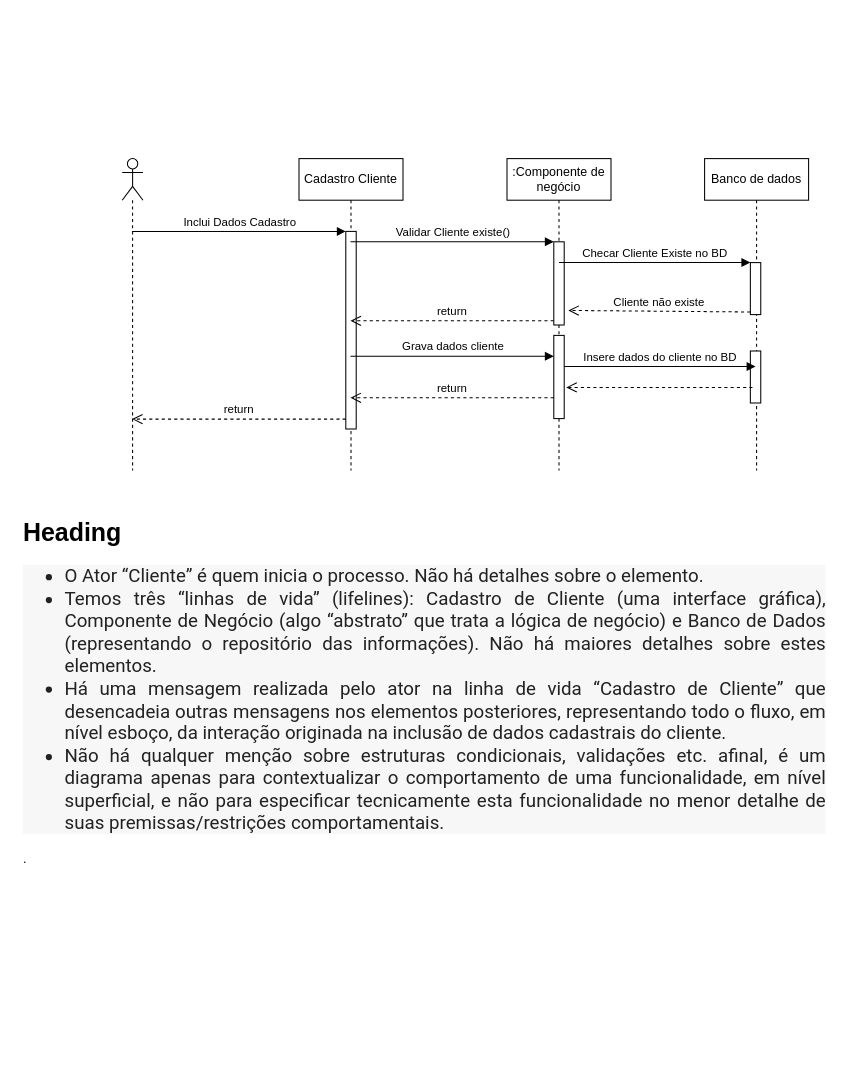
This is page "Exemplo Cadastro Diagrama de Sequência" (1 of 3) of Outros/POO UML/Aula 05/Diagrama de sequencia.drawio from luiscarlosjunior/aulas-graduacao, a draw.io file, before an edit. Source tidied: cells renumbered, new cells numbered last; positions are measured from the earlier drawing's top-left corner, leaving out a move shared by most shapes. Both pictures are drawn from the tidied source at 104%, with x=0, y=0 at pixel (18, 158).
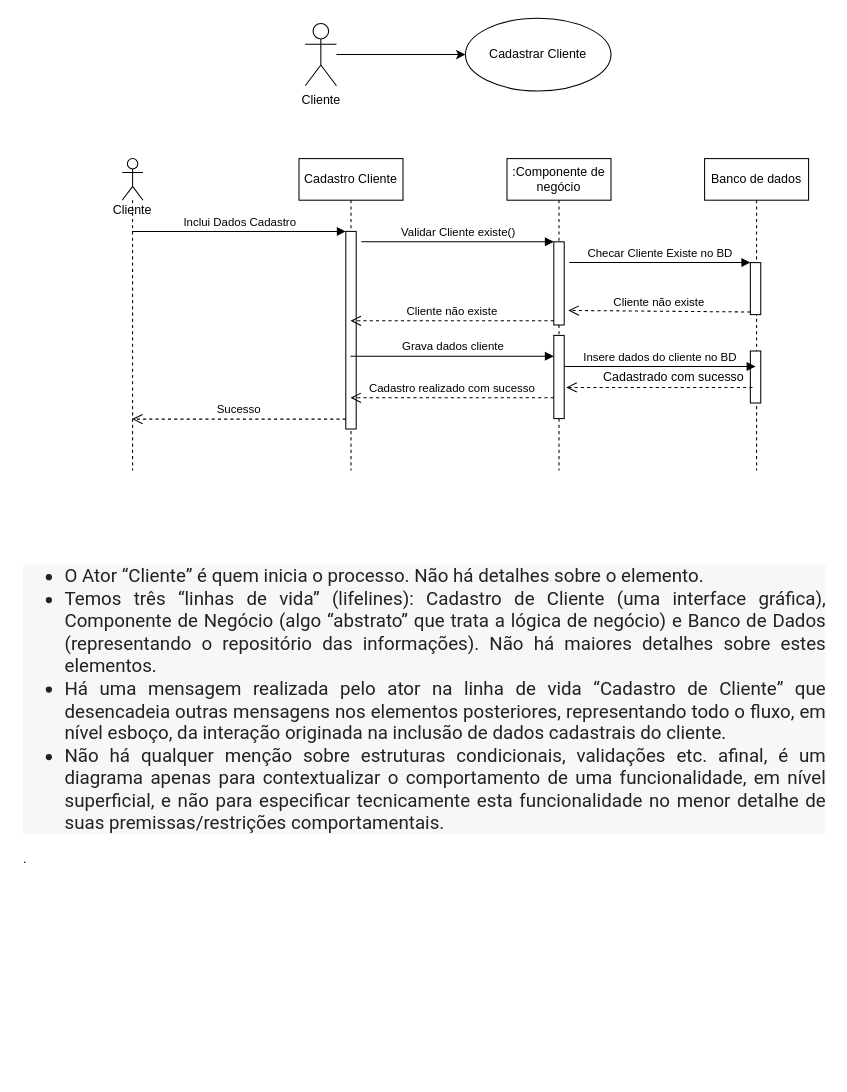
The same diagram, later.

Unchanged cells that the change refers to:
```xml
<mxCell id="3" value="Cadastro Cliente" style="shape=umlLifeline;perimeter=lifelinePerimeter;whiteSpace=wrap;html=1;outlineConnect=0;" parent="1" vertex="1">
  <mxGeometry x="270" width="100" height="300" as="geometry" />
</mxCell>
<mxCell id="4" style="html=1;points=[];perimeter=orthogonalPerimeter;" parent="3" vertex="1">
  <mxGeometry x="45" y="70" width="10" height="190" as="geometry" />
</mxCell>
<mxCell id="9" style="html=1;points=[];perimeter=orthogonalPerimeter;" parent="1" vertex="1">
  <mxGeometry x="515" y="80" width="10" height="80" as="geometry" />
</mxCell>
<mxCell id="13" style="html=1;points=[];perimeter=orthogonalPerimeter;" parent="12" vertex="1">
  <mxGeometry x="44" y="100" width="10" height="50" as="geometry" />
</mxCell>
```

What changed in the source:
```diff
@@
-    <mxCell id="2" style="shape=umlLifeline;participant=umlActor;perimeter=lifelinePerimeter;whiteSpace=wrap;html=1;verticalAlign=top;spacingTop=36;outlineConnect=0;" parent="1" vertex="1">
+    <mxCell id="2" value="Cliente" style="shape=umlLifeline;participant=umlActor;perimeter=lifelinePerimeter;whiteSpace=wrap;html=1;verticalAlign=top;spacingTop=36;outlineConnect=0;" parent="1" vertex="1">
       <mxGeometry x="100" width="20" height="300" as="geometry" />
     </mxCell>
@@
-    <mxCell id="8" value="return" style="html=1;verticalAlign=bottom;endArrow=open;dashed=1;endSize=8;exitX=0;exitY=0.95;" parent="1" edge="1" source="4" target="2">
+    <mxCell id="8" value="Sucesso" style="html=1;verticalAlign=bottom;endArrow=open;dashed=1;endSize=8;exitX=0;exitY=0.95;" parent="1" edge="1" source="4" target="2">
       <mxGeometry relative="1" as="geometry" />
     </mxCell>
@@
-    <mxCell id="10" value="Validar Cliente existe()" style="html=1;verticalAlign=bottom;endArrow=block;entryX=0;entryY=0;" parent="1" edge="1" source="3" target="9">
-      <mxGeometry relative="1" as="geometry" />
+    <mxCell id="10" value="Validar Cliente existe()" style="html=1;verticalAlign=bottom;endArrow=block;entryX=0;entryY=0;" parent="1" edge="1" target="9">
+      <mxGeometry relative="1" as="geometry">
+        <mxPoint x="330" y="80" as="sourcePoint" />
+      </mxGeometry>
     </mxCell>
-    <mxCell id="11" value="return" style="html=1;verticalAlign=bottom;endArrow=open;dashed=1;endSize=8;exitX=0;exitY=0.95;" parent="1" edge="1" source="9" target="3">
+    <mxCell id="11" value="Cliente não existe" style="html=1;verticalAlign=bottom;endArrow=open;dashed=1;endSize=8;exitX=0;exitY=0.95;" parent="1" edge="1" source="9" target="3">
       <mxGeometry relative="1" as="geometry" />
     </mxCell>
@@
     <mxCell id="15" value="Checar Cliente Existe no BD" style="html=1;verticalAlign=bottom;endArrow=block;entryX=0;entryY=0;" parent="1" edge="1" target="13">
       <mxGeometry relative="1" as="geometry">
-        <mxPoint x="520" y="100" as="sourcePoint" />
+        <mxPoint x="530" y="100" as="sourcePoint" />
       </mxGeometry>
     </mxCell>
@@
-    <mxCell id="18" value="return" style="html=1;verticalAlign=bottom;endArrow=open;dashed=1;endSize=8;exitX=0;exitY=0.95;" parent="1" edge="1">
+    <mxCell id="18" value="Cadastro realizado com sucesso" style="html=1;verticalAlign=bottom;endArrow=open;dashed=1;endSize=8;exitX=0;exitY=0.95;" parent="1" edge="1">
       <mxGeometry relative="1" as="geometry">
         <mxPoint x="515" y="230" as="sourcePoint" />
         <mxPoint x="319.5" y="230" as="targetPoint" />
       </mxGeometry>
     </mxCell>
@@
-    <mxCell id="21" value="&lt;h1&gt;Heading&amp;nbsp;&lt;/h1&gt;&lt;ul style=&quot;box-sizing: border-box ; margin-top: 0px ; margin-bottom: 17px ; color: rgb(34 , 34 , 34) ; font-family: &amp;#34;roboto&amp;#34; ; font-size: 18px ; text-align: justify ; background-color: rgb(247 , 247 , 247)&quot;&gt;&lt;li style=&quot;box-sizing: border-box&quot;&gt;O Ator “Cliente” é quem inicia o processo. Não há detalhes sobre o elemento.&lt;/li&gt;&lt;li style=&quot;box-sizing: border-box&quot;&gt;Temos três “linhas de vida” (lifelines): Cadastro de Cliente (uma interface gráfica), Componente de Negócio (algo “abstrato” que trata a lógica de negócio) e Banco de Dados (representando o repositório das informações). Não há maiores detalhes sobre estes elementos.&lt;/li&gt;&lt;li style=&quot;box-sizing: border-box&quot;&gt;Há uma mensagem realizada pelo ator na linha de vida “Cadastro de Cliente” que desencadeia outras mensagens nos elementos posteriores, representando todo o fluxo, em nível esboço, da interação originada na inclusão de dados cadastrais do cliente.&lt;/li&gt;&lt;li style=&quot;box-sizing: border-box&quot;&gt;Não há qualquer menção sobre estruturas condicionais, validações etc. afinal, é um diagrama apenas para contextualizar o comportamento de uma funcionalidade, em nível superficial, e não para especificar tecnicamente esta funcionalidade no menor detalhe de suas premissas/restrições comportamentais.&lt;/li&gt;&lt;/ul&gt;&lt;p&gt;.&lt;/p&gt;" style="text;html=1;strokeColor=none;fillColor=none;spacing=5;spacingTop=-20;whiteSpace=wrap;overflow=hidden;rounded=0;" parent="1" vertex="1">
+    <mxCell id="21" value="&lt;h1&gt;&lt;br&gt;&lt;/h1&gt;&lt;ul style=&quot;box-sizing: border-box ; margin-top: 0px ; margin-bottom: 17px ; color: rgb(34 , 34 , 34) ; font-family: &amp;#34;roboto&amp;#34; ; font-size: 18px ; text-align: justify ; background-color: rgb(247 , 247 , 247)&quot;&gt;&lt;li style=&quot;box-sizing: border-box&quot;&gt;O Ator “Cliente” é quem inicia o processo. Não há detalhes sobre o elemento.&lt;/li&gt;&lt;li style=&quot;box-sizing: border-box&quot;&gt;Temos três “linhas de vida” (lifelines): Cadastro de Cliente (uma interface gráfica), Componente de Negócio (algo “abstrato” que trata a lógica de negócio) e Banco de Dados (representando o repositório das informações). Não há maiores detalhes sobre estes elementos.&lt;/li&gt;&lt;li style=&quot;box-sizing: border-box&quot;&gt;Há uma mensagem realizada pelo ator na linha de vida “Cadastro de Cliente” que desencadeia outras mensagens nos elementos posteriores, representando todo o fluxo, em nível esboço, da interação originada na inclusão de dados cadastrais do cliente.&lt;/li&gt;&lt;li style=&quot;box-sizing: border-box&quot;&gt;Não há qualquer menção sobre estruturas condicionais, validações etc. afinal, é um diagrama apenas para contextualizar o comportamento de uma funcionalidade, em nível superficial, e não para especificar tecnicamente esta funcionalidade no menor detalhe de suas premissas/restrições comportamentais.&lt;/li&gt;&lt;/ul&gt;&lt;p&gt;.&lt;/p&gt;" style="text;html=1;strokeColor=none;fillColor=none;spacing=5;spacingTop=-20;whiteSpace=wrap;overflow=hidden;rounded=0;" parent="1" vertex="1">
       <mxGeometry y="340" width="780" height="540" as="geometry" />
     </mxCell>
+    <mxCell id="22" value="Cadastrado com sucesso" style="text;html=1;align=center;verticalAlign=middle;" parent="1" vertex="1">
+      <mxGeometry x="555" y="200" width="150" height="20" as="geometry" />
+    </mxCell>
+    <mxCell id="23" style="edgeStyle=orthogonalEdgeStyle;rounded=0;jettySize=auto;html=1;entryX=0;entryY=0.5;entryDx=0;entryDy=0;" parent="1" edge="1" source="24" target="25">
+      <mxGeometry relative="1" as="geometry" />
+    </mxCell>
+    <mxCell id="24" value="Cliente" style="shape=umlActor;verticalLabelPosition=bottom;verticalAlign=top;html=1;outlineConnect=0;" parent="1" vertex="1">
+      <mxGeometry x="276" y="-130" width="30" height="60" as="geometry" />
+    </mxCell>
+    <mxCell id="25" value="Cadastrar Cliente" style="ellipse;whiteSpace=wrap;html=1;" parent="1" vertex="1">
+      <mxGeometry x="430" y="-135" width="140" height="70" as="geometry" />
+    </mxCell>
```
